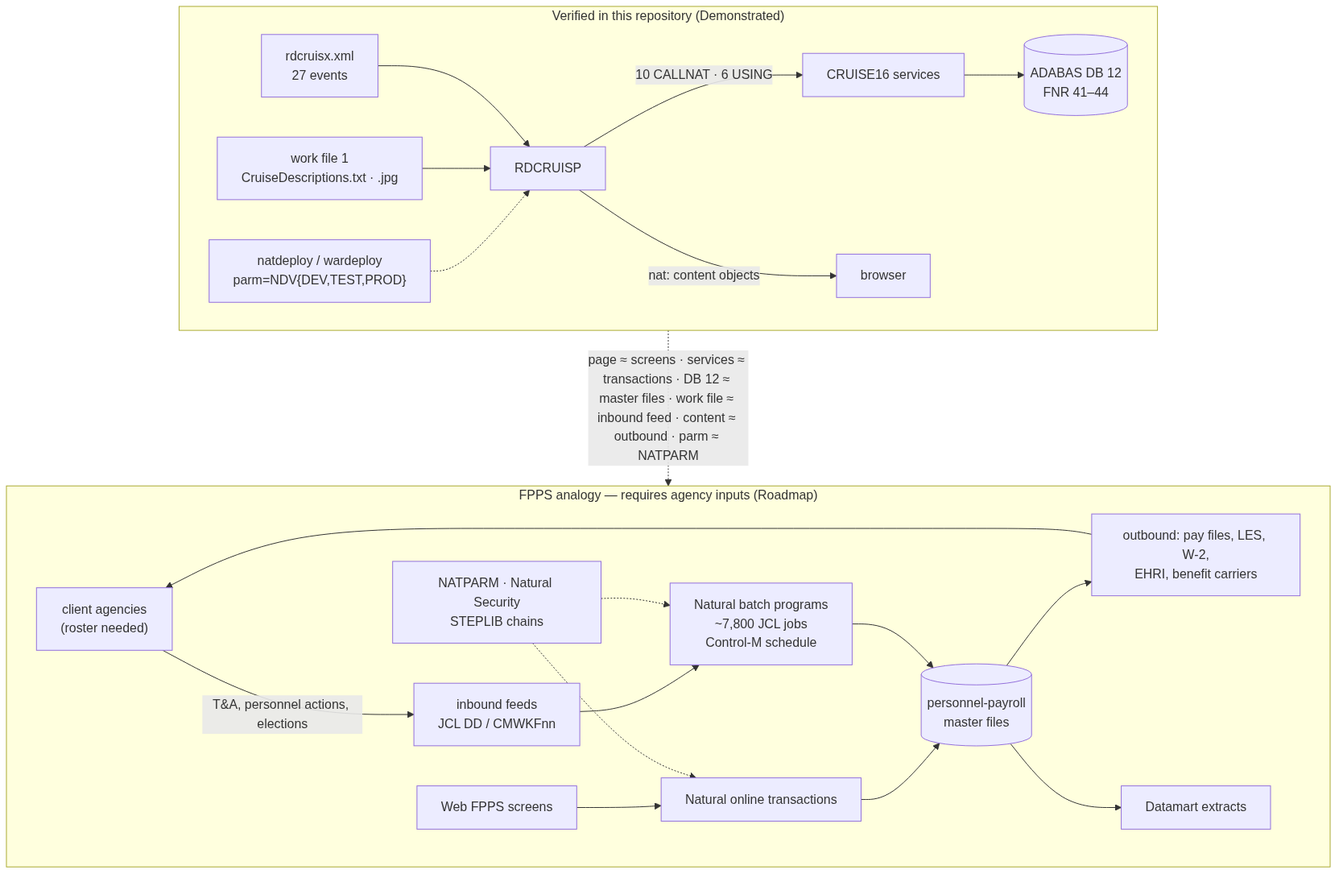
This is fpps-hcm-modernization-deliverable/06-interface-dependency-mapping/diagrams/fpps-interface-model.png from COG-GTM/ADABAS-natural-for-ajax-devops-sample-application, a Mermaid export, as it was before one commit. Its source is kept beside it as fpps-hcm-modernization-deliverable/06-interface-dependency-mapping/diagrams/fpps-interface-model.mmd. Source of this version:
```mermaid
flowchart TB
  subgraph sample["Verified in this repository (Demonstrated)"]
    direction LR
    P["rdcruisx.xml<br/>27 events"] --> A["RDCRUISP"]
    A -->|"10 CALLNAT · 6 USING"| S["CRUISE16 services"]
    S --> DB[("ADABAS DB 12<br/>FNR 41–44")]
    W["work file 1<br/>CruiseDescriptions.txt · .jpg"] --> A
    A -->|"nat: content objects"| B["browser"]
    E["natdeploy / wardeploy<br/>parm=NDV{DEV,TEST,PROD}"] -.-> A
  end
  subgraph fpps["FPPS analogy — requires agency inputs (Roadmap)"]
    direction LR
    AG["client agencies<br/>(roster needed)"] -->|"T&A, personnel actions, elections"| IN["inbound feeds<br/>JCL DD / CMWKFnn"]
    IN --> BJ["Natural batch programs<br/>~7,800 JCL jobs<br/>Control-M schedule"]
    ON["Web FPPS screens"] --> TX["Natural online transactions"]
    TX --> M[("personnel-payroll<br/>master files")]
    BJ --> M
    M --> OUT["outbound: pay files, LES, W-2,<br/>EHRI, benefit carriers"]
    M --> DM["Datamart extracts"]
    OUT --> AG
    NP["NATPARM · Natural Security<br/>STEPLIB chains"] -.-> TX
    NP -.-> BJ
  end
  sample -. "page ≈ screens · services ≈ transactions · DB 12 ≈ master files · work file ≈ inbound feed · content ≈ outbound · parm ≈ NATPARM" .-> fpps
```
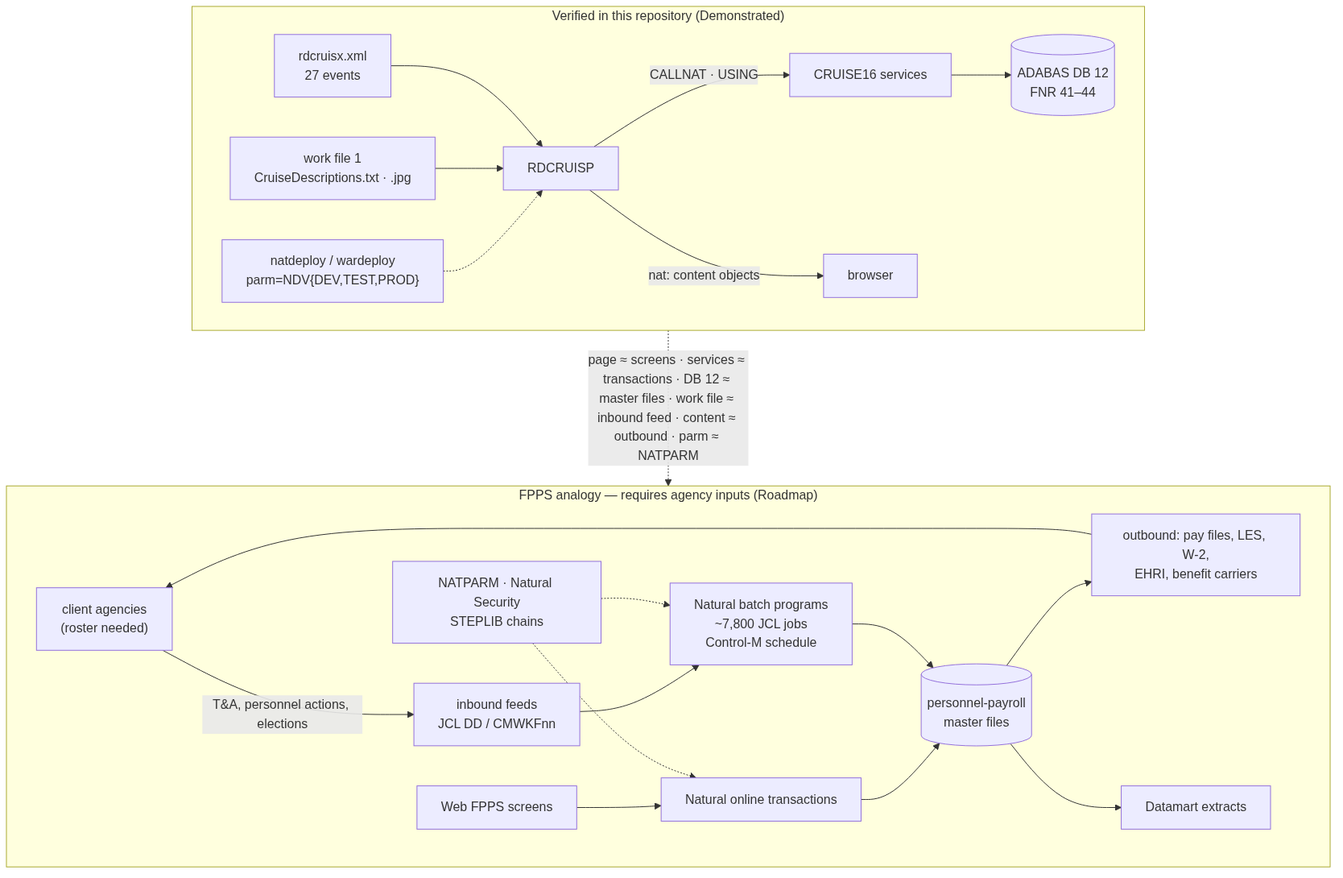
The same diagram one commit later.

Commit message:
06: derive interface-model counts from generated tables instead of hand-typed values

Diff of the diagram source:
```diff
@@ -2,7 +2,7 @@
   subgraph sample["Verified in this repository (Demonstrated)"]
     direction LR
     P["rdcruisx.xml<br/>27 events"] --> A["RDCRUISP"]
-    A -->|"10 CALLNAT · 6 USING"| S["CRUISE16 services"]
+    A -->|"CALLNAT · USING"| S["CRUISE16 services"]
     S --> DB[("ADABAS DB 12<br/>FNR 41–44")]
     W["work file 1<br/>CruiseDescriptions.txt · .jpg"] --> A
     A -->|"nat: content objects"| B["browser"]
```
